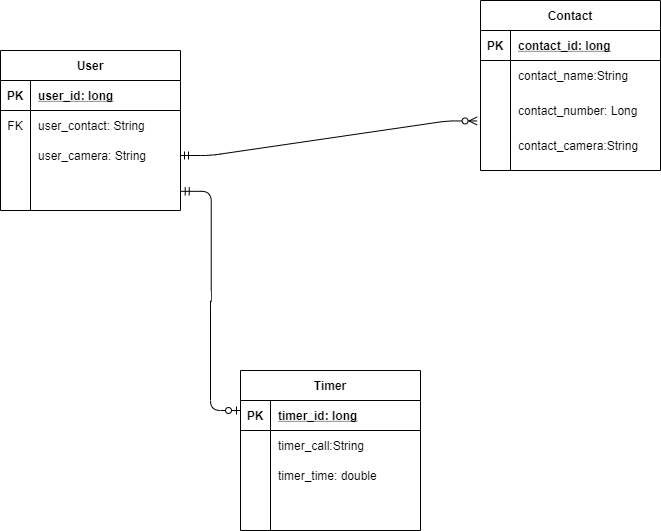
The draw.io diagram docs/img/erd.png in amberrz/timed-calls, before a commit. Source tidied: cells renumbered, new cells last; positions are measured from the earlier drawing's top-left corner, leaving out a move shared by most shapes.
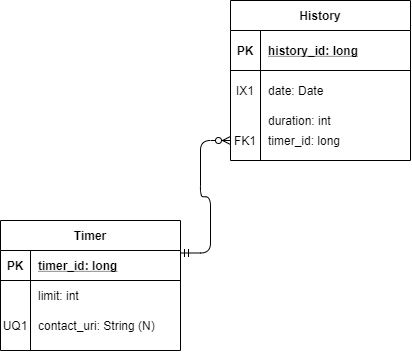
The same file after the commit.

Commit message:
Device and extrernal services added ne wirframe and ERD.

The edit, as a diff of the source:
```diff
@@ -2,130 +2,79 @@
   <root>
     <mxCell id="0" />
     <mxCell id="1" parent="0" />
-    <mxCell id="2" value="User" style="shape=table;startSize=30;rowLines=0;fontStyle=1;align=center;" parent="1" vertex="1">
+    <mxCell id="2" value="History" style="shape=table;startSize=30;rowLines=0;fontStyle=1;align=center;" parent="1" vertex="1">
       <mxGeometry y="50" width="180" height="160" as="geometry" />
     </mxCell>
     <mxCell id="3" style="shape=partialRectangle;fillColor=none;top=0;left=0;bottom=1;right=0;" parent="2" vertex="1">
-      <mxGeometry y="30" width="180" height="30" as="geometry" />
+      <mxGeometry y="30" width="180" height="40" as="geometry" />
     </mxCell>
     <mxCell id="4" value="PK" style="shape=partialRectangle;fillColor=none;top=0;left=0;bottom=0;right=0;fontStyle=1;overflow=hidden;" parent="3" vertex="1">
-      <mxGeometry width="30" height="30" as="geometry" />
+      <mxGeometry width="30" height="40" as="geometry" />
     </mxCell>
-    <mxCell id="5" value="user_id: long" style="shape=partialRectangle;fillColor=none;top=0;left=0;bottom=0;right=0;align=left;spacingLeft=6;fontStyle=5;overflow=hidden;" parent="3" vertex="1">
-      <mxGeometry x="30" width="150" height="30" as="geometry" />
+    <mxCell id="5" value="history_id: long" style="shape=partialRectangle;fillColor=none;top=0;left=0;bottom=0;right=0;align=left;spacingLeft=6;fontStyle=5;overflow=hidden;" parent="3" vertex="1">
+      <mxGeometry x="30" width="150" height="40" as="geometry" />
     </mxCell>
     <mxCell id="6" style="shape=partialRectangle;fillColor=none;top=0;left=0;bottom=0;right=0;" parent="2" vertex="1">
-      <mxGeometry y="60" width="180" height="30" as="geometry" />
+      <mxGeometry y="70" width="180" height="40" as="geometry" />
     </mxCell>
-    <mxCell id="7" value="FK" style="shape=partialRectangle;fillColor=none;top=0;left=0;bottom=0;right=0;overflow=hidden;" parent="6" vertex="1">
-      <mxGeometry width="30" height="30" as="geometry" />
+    <mxCell id="7" value="IX1" style="shape=partialRectangle;fillColor=none;top=0;left=0;bottom=0;right=0;overflow=hidden;" parent="6" vertex="1">
+      <mxGeometry width="30" height="40" as="geometry" />
     </mxCell>
-    <mxCell id="8" value="user_contact: String" style="shape=partialRectangle;fillColor=none;top=0;left=0;bottom=0;right=0;align=left;spacingLeft=6;overflow=hidden;" parent="6" vertex="1">
-      <mxGeometry x="30" width="150" height="30" as="geometry" />
+    <mxCell id="8" value="date: Date" style="shape=partialRectangle;fillColor=none;top=0;left=0;bottom=0;right=0;align=left;spacingLeft=6;overflow=hidden;" parent="6" vertex="1">
+      <mxGeometry x="30" width="150" height="40" as="geometry" />
     </mxCell>
     <mxCell id="9" style="shape=partialRectangle;fillColor=none;top=0;left=0;bottom=0;right=0;points=[[0,0.5],[1,0.5]];portConstraint=eastwest;" parent="2" vertex="1">
-      <mxGeometry y="90" width="180" height="30" as="geometry" />
+      <mxGeometry y="110" width="180" height="20" as="geometry" />
     </mxCell>
     <mxCell id="10" style="shape=partialRectangle;fillColor=none;top=0;left=0;bottom=0;right=0;overflow=hidden;" parent="9" vertex="1">
-      <mxGeometry width="30" height="30" as="geometry" />
+      <mxGeometry width="30" height="20" as="geometry" />
     </mxCell>
-    <mxCell id="11" value="user_camera: String" style="shape=partialRectangle;fillColor=none;top=0;left=0;bottom=0;right=0;align=left;spacingLeft=6;overflow=hidden;" parent="9" vertex="1">
-      <mxGeometry x="30" width="150" height="30" as="geometry" />
+    <mxCell id="11" value="duration: int" style="shape=partialRectangle;fillColor=none;top=0;left=0;bottom=0;right=0;align=left;spacingLeft=6;overflow=hidden;" parent="9" vertex="1">
+      <mxGeometry x="30" width="150" height="20" as="geometry" />
     </mxCell>
     <mxCell id="12" style="shape=partialRectangle;fillColor=none;top=0;left=0;bottom=0;right=0;points=[[0,0.5],[1,0.5]];portConstraint=eastwest;" parent="2" vertex="1">
-      <mxGeometry y="120" width="180" height="30" as="geometry" />
+      <mxGeometry y="130" width="180" height="20" as="geometry" />
     </mxCell>
-    <mxCell id="13" style="shape=partialRectangle;fillColor=none;top=0;left=0;bottom=0;right=0;overflow=hidden;" parent="12" vertex="1">
-      <mxGeometry width="30" height="30" as="geometry" />
+    <mxCell id="13" value="FK1" style="shape=partialRectangle;fillColor=none;top=0;left=0;bottom=0;right=0;overflow=hidden;" parent="12" vertex="1">
+      <mxGeometry width="30" height="20" as="geometry" />
     </mxCell>
-    <mxCell id="14" style="shape=partialRectangle;fillColor=none;top=0;left=0;bottom=0;right=0;align=left;spacingLeft=6;overflow=hidden;" parent="12" vertex="1">
-      <mxGeometry x="30" width="150" height="30" as="geometry" />
+    <mxCell id="14" value="timer_id: long" style="shape=partialRectangle;fillColor=none;top=0;left=0;bottom=0;right=0;align=left;spacingLeft=6;overflow=hidden;" parent="12" vertex="1">
+      <mxGeometry x="30" width="150" height="20" as="geometry" />
     </mxCell>
-    <mxCell id="15" value="Timer" style="shape=table;startSize=30;rowLines=0;fontStyle=1;align=center;" parent="1" vertex="1">
-      <mxGeometry x="240" y="370" width="180" height="160" as="geometry" />
+    <mxCell id="15" style="edgeStyle=entityRelationEdgeStyle;fontSize=12;html=1;endArrow=ERzeroToMany;startArrow=ERmandOne;exitX=1;exitY=0.25;exitDx=0;exitDy=0;endFill=1;" parent="1" edge="1" source="16">
+      <mxGeometry relative="1" as="geometry">
+        <mxPoint y="190" as="targetPoint" />
+      </mxGeometry>
     </mxCell>
-    <mxCell id="16" style="shape=partialRectangle;fillColor=none;top=0;left=0;bottom=1;right=0;points=[[0,0.5],[1,0.5]];portConstraint=eastwest;" parent="15" vertex="1">
-      <mxGeometry y="30" width="180" height="30" as="geometry" />
+    <mxCell id="16" value="Timer" style="shape=table;startSize=30;rowLines=0;fontStyle=1;align=center;" parent="1" vertex="1">
+      <mxGeometry x="-230" y="270" width="180" height="130" as="geometry" />
     </mxCell>
-    <mxCell id="17" value="PK" style="shape=partialRectangle;fillColor=none;top=0;left=0;bottom=0;right=0;fontStyle=1;overflow=hidden;" parent="16" vertex="1">
-      <mxGeometry width="30" height="30" as="geometry" />
+    <mxCell id="17" style="shape=partialRectangle;fillColor=none;top=0;left=0;bottom=1;right=0;" parent="16" vertex="1">
+      <mxGeometry y="30" width="180" height="30" as="geometry" />
     </mxCell>
-    <mxCell id="18" value="timer_id: long" style="shape=partialRectangle;fillColor=none;top=0;left=0;bottom=0;right=0;align=left;spacingLeft=6;fontStyle=5;overflow=hidden;" parent="16" vertex="1">
-      <mxGeometry x="30" width="150" height="30" as="geometry" />
+    <mxCell id="18" value="PK" style="shape=partialRectangle;fillColor=none;top=0;left=0;bottom=0;right=0;fontStyle=1;overflow=hidden;" parent="17" vertex="1">
+      <mxGeometry width="30" height="30" as="geometry" />
     </mxCell>
-    <mxCell id="19" style="shape=partialRectangle;fillColor=none;top=0;left=0;bottom=0;right=0;" parent="15" vertex="1">
-      <mxGeometry y="60" width="180" height="30" as="geometry" />
+    <mxCell id="19" value="timer_id: long" style="shape=partialRectangle;fillColor=none;top=0;left=0;bottom=0;right=0;align=left;spacingLeft=6;fontStyle=5;overflow=hidden;" parent="17" vertex="1">
+      <mxGeometry x="30" width="150" height="30" as="geometry" />
     </mxCell>
-    <mxCell id="20" style="shape=partialRectangle;fillColor=none;top=0;left=0;bottom=0;right=0;overflow=hidden;" parent="19" vertex="1">
-      <mxGeometry width="30" height="30" as="geometry" />
+    <mxCell id="20" style="shape=partialRectangle;fillColor=none;top=0;left=0;bottom=0;right=0;" parent="16" vertex="1">
+      <mxGeometry y="60" width="180" height="30" as="geometry" />
     </mxCell>
-    <mxCell id="21" value="timer_call:String" style="shape=partialRectangle;fillColor=none;top=0;left=0;bottom=0;right=0;align=left;spacingLeft=6;overflow=hidden;" parent="19" vertex="1">
-      <mxGeometry x="30" width="150" height="30" as="geometry" />
+    <mxCell id="21" style="shape=partialRectangle;fillColor=none;top=0;left=0;bottom=0;right=0;overflow=hidden;" parent="20" vertex="1">
+      <mxGeometry width="30" height="30" as="geometry" />
     </mxCell>
-    <mxCell id="22" style="shape=partialRectangle;fillColor=none;top=0;left=0;bottom=0;right=0;" parent="15" vertex="1">
-      <mxGeometry y="90" width="180" height="30" as="geometry" />
+    <mxCell id="22" value="limit: int" style="shape=partialRectangle;fillColor=none;top=0;left=0;bottom=0;right=0;align=left;spacingLeft=6;overflow=hidden;" parent="20" vertex="1">
+      <mxGeometry x="30" width="150" height="30" as="geometry" />
     </mxCell>
-    <mxCell id="23" style="shape=partialRectangle;fillColor=none;top=0;left=0;bottom=0;right=0;overflow=hidden;" parent="22" vertex="1">
-      <mxGeometry width="30" height="30" as="geometry" />
+    <mxCell id="23" style="shape=partialRectangle;fillColor=none;top=0;left=0;bottom=0;right=0;" parent="16" vertex="1">
+      <mxGeometry y="90" width="180" height="30" as="geometry" />
     </mxCell>
-    <mxCell id="24" value="timer_time: double" style="shape=partialRectangle;fillColor=none;top=0;left=0;bottom=0;right=0;align=left;spacingLeft=6;overflow=hidden;" parent="22" vertex="1">
-      <mxGeometry x="30" width="150" height="30" as="geometry" />
+    <mxCell id="24" value="UQ1" style="shape=partialRectangle;fillColor=none;top=0;left=0;bottom=0;right=0;overflow=hidden;" parent="23" vertex="1">
+      <mxGeometry width="30" height="30" as="geometry" />
     </mxCell>
-    <mxCell id="25" style="shape=partialRectangle;fillColor=none;top=0;left=0;bottom=0;right=0;" parent="15" vertex="1">
-      <mxGeometry y="120" width="180" height="30" as="geometry" />
+    <mxCell id="25" value="contact_uri: String (N)" style="shape=partialRectangle;fillColor=none;top=0;left=0;bottom=0;right=0;align=left;spacingLeft=6;overflow=hidden;" parent="23" vertex="1">
+      <mxGeometry x="30" width="150" height="30" as="geometry" />
     </mxCell>
-    <mxCell id="26" style="shape=partialRectangle;fillColor=none;top=0;left=0;bottom=0;right=0;overflow=hidden;" parent="25" vertex="1">
-      <mxGeometry width="30" height="30" as="geometry" />
-    </mxCell>
-    <mxCell id="27" style="shape=partialRectangle;fillColor=none;top=0;left=0;bottom=0;right=0;align=left;spacingLeft=6;overflow=hidden;" parent="25" vertex="1">
-      <mxGeometry x="30" width="150" height="30" as="geometry" />
-    </mxCell>
-    <mxCell id="28" style="edgeStyle=entityRelationEdgeStyle;fontSize=12;html=1;endArrow=ERzeroToOne;startArrow=ERmandOne;endFill=1;exitX=1.004;exitY=0.694;exitDx=0;exitDy=0;exitPerimeter=0;" parent="1" edge="1" source="12">
-      <mxGeometry relative="1" as="geometry">
-        <mxPoint x="240" y="410" as="targetPoint" />
-      </mxGeometry>
-    </mxCell>
-    <mxCell id="29" style="edgeStyle=entityRelationEdgeStyle;fontSize=12;html=1;endArrow=ERzeroToMany;endFill=1;entryX=-0.019;entryY=0.761;entryDx=0;entryDy=0;entryPerimeter=0;exitX=1;exitY=0.5;exitDx=0;exitDy=0;startArrow=ERmandOne;startFill=0;" parent="1" edge="1" source="9" target="37">
-      <mxGeometry relative="1" as="geometry" />
-    </mxCell>
-    <mxCell id="30" value="Contact" style="shape=table;startSize=30;rowLines=0;fontStyle=1;align=center;" parent="1" vertex="1">
-      <mxGeometry x="480" width="180" height="170" as="geometry" />
-    </mxCell>
-    <mxCell id="31" style="shape=partialRectangle;fillColor=none;top=0;left=0;bottom=1;right=0;" parent="30" vertex="1">
-      <mxGeometry y="30" width="180" height="30" as="geometry" />
-    </mxCell>
-    <mxCell id="32" value="PK" style="shape=partialRectangle;fillColor=none;top=0;left=0;bottom=0;right=0;fontStyle=1;overflow=hidden;" parent="31" vertex="1">
-      <mxGeometry width="30" height="30" as="geometry" />
-    </mxCell>
-    <mxCell id="33" value="contact_id: long" style="shape=partialRectangle;fillColor=none;top=0;left=0;bottom=0;right=0;align=left;spacingLeft=6;fontStyle=5;overflow=hidden;" parent="31" vertex="1">
-      <mxGeometry x="30" width="150" height="30" as="geometry" />
-    </mxCell>
-    <mxCell id="34" style="shape=partialRectangle;fillColor=none;top=0;left=0;bottom=0;right=0;" parent="30" vertex="1">
-      <mxGeometry y="60" width="180" height="30" as="geometry" />
-    </mxCell>
-    <mxCell id="35" style="shape=partialRectangle;fillColor=none;top=0;left=0;bottom=0;right=0;overflow=hidden;" parent="34" vertex="1">
-      <mxGeometry width="30" height="30" as="geometry" />
-    </mxCell>
-    <mxCell id="36" value="contact_name:String" style="shape=partialRectangle;fillColor=none;top=0;left=0;bottom=0;right=0;align=left;spacingLeft=6;overflow=hidden;" parent="34" vertex="1">
-      <mxGeometry x="30" width="150" height="30" as="geometry" />
-    </mxCell>
-    <mxCell id="37" style="shape=partialRectangle;fillColor=none;top=0;left=0;bottom=0;right=0;points=[[0,0.5],[1,0.5]];portConstraint=eastwest;" parent="30" vertex="1">
-      <mxGeometry y="90" width="180" height="40" as="geometry" />
-    </mxCell>
-    <mxCell id="38" style="shape=partialRectangle;fillColor=none;top=0;left=0;bottom=0;right=0;overflow=hidden;" parent="37" vertex="1">
-      <mxGeometry width="30" height="40" as="geometry" />
-    </mxCell>
-    <mxCell id="39" value="contact_number: Long" style="shape=partialRectangle;fillColor=none;top=0;left=0;bottom=0;right=0;align=left;spacingLeft=6;overflow=hidden;" parent="37" vertex="1">
-      <mxGeometry x="30" width="150" height="40" as="geometry" />
-    </mxCell>
-    <mxCell id="40" style="shape=partialRectangle;fillColor=none;top=0;left=0;bottom=0;right=0;" parent="30" vertex="1">
-      <mxGeometry y="130" width="180" height="30" as="geometry" />
-    </mxCell>
-    <mxCell id="41" style="shape=partialRectangle;fillColor=none;top=0;left=0;bottom=0;right=0;overflow=hidden;" parent="40" vertex="1">
-      <mxGeometry width="30" height="30" as="geometry" />
-    </mxCell>
-    <mxCell id="42" value="contact_camera:String" style="shape=partialRectangle;fillColor=none;top=0;left=0;bottom=0;right=0;align=left;spacingLeft=6;overflow=hidden;" parent="40" vertex="1">
-      <mxGeometry x="30" width="150" height="30" as="geometry" />
-    </mxCell>
   </root>
 </mxGraphModel>
```
